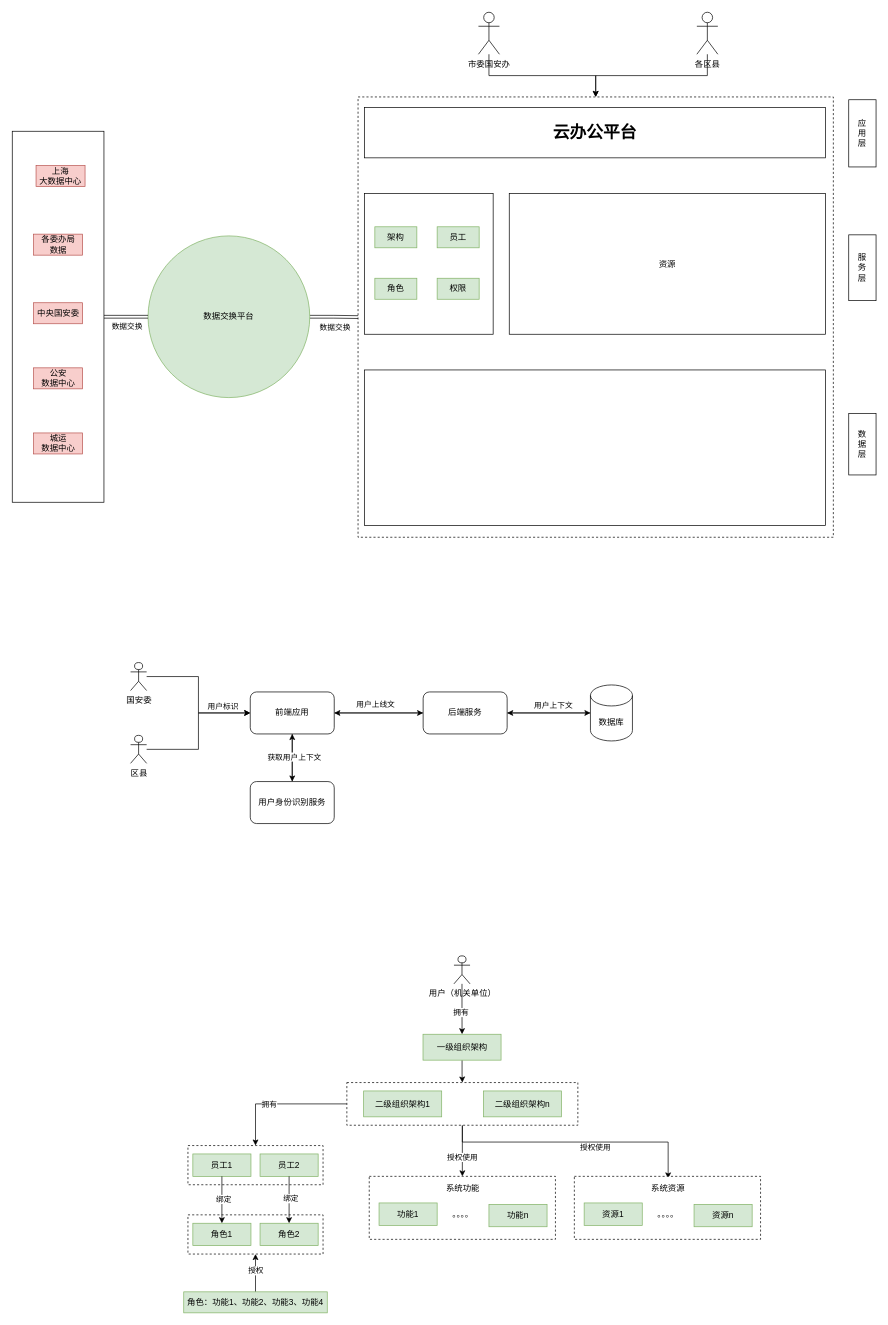
The draw.io diagram 100号私有化架构.drawio in ammengke/my-drawio, before the edit. Source tidied: cells renumbered, new cells numbered last; positions are measured from the earlier drawing's top-left corner, leaving out a move shared by most shapes. Both pictures are drawn from the tidied source at 70%, with x=0, y=0 at pixel (12, 12).
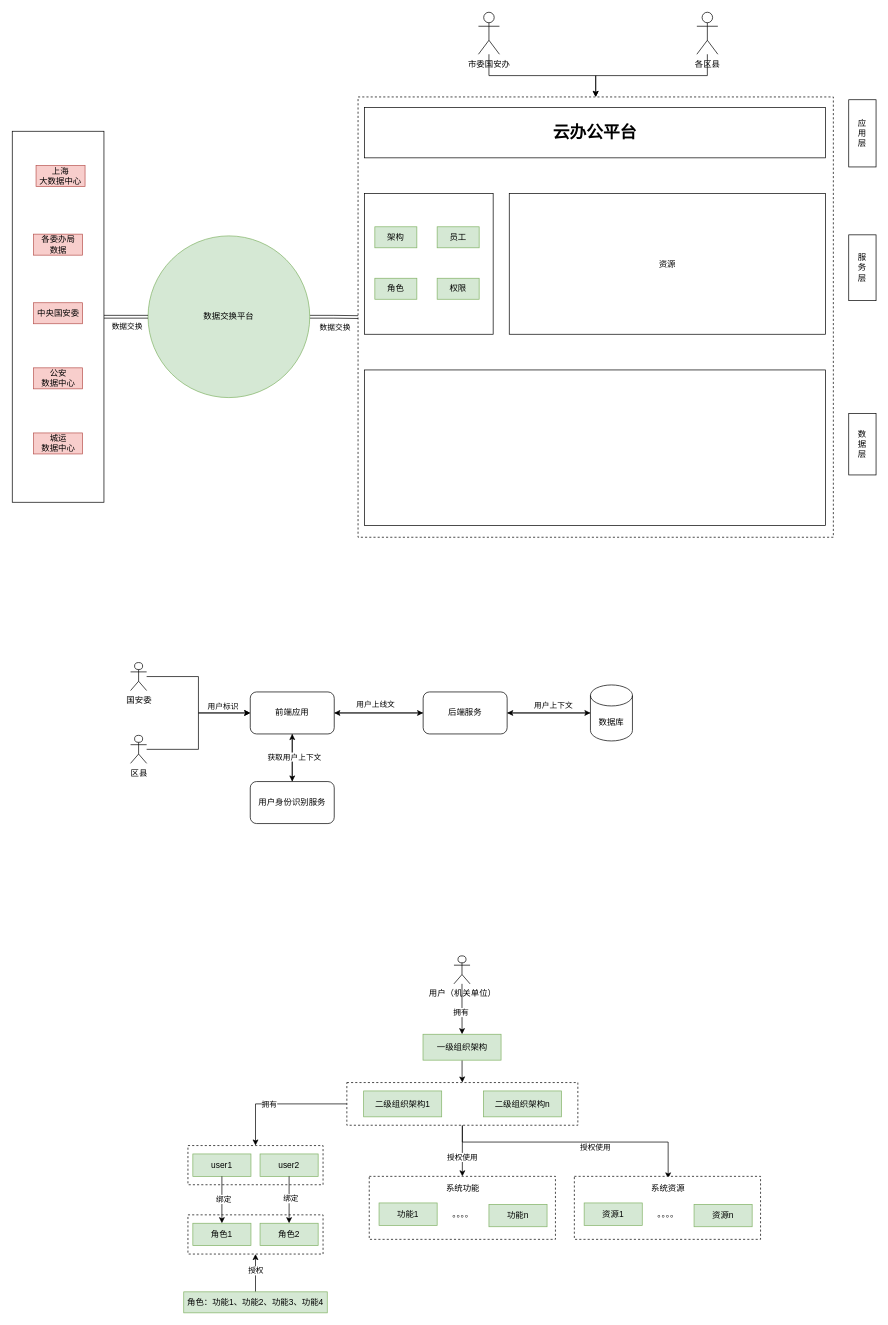
After the change.

Commit message:
更新100号私有化架构.drawio

The edit, as a diff of the source:
```diff
@@
-    <mxCell id="54" value="员工1" style="rounded=0;whiteSpace=wrap;html=1;fillColor=#d5e8d4;strokeColor=#82b366;" parent="1" vertex="1">
+    <mxCell id="54" value="user1" style="rounded=0;whiteSpace=wrap;html=1;fillColor=#d5e8d4;strokeColor=#82b366;" parent="1" vertex="1">
       <mxGeometry x="258" y="1631" width="83" height="32" as="geometry" />
     </mxCell>
-    <mxCell id="55" value="员工2" style="rounded=0;whiteSpace=wrap;html=1;fillColor=#d5e8d4;strokeColor=#82b366;" parent="1" vertex="1">
+    <mxCell id="55" value="user2" style="rounded=0;whiteSpace=wrap;html=1;fillColor=#d5e8d4;strokeColor=#82b366;" parent="1" vertex="1">
       <mxGeometry x="354" y="1631" width="83" height="32" as="geometry" />
     </mxCell>
```
